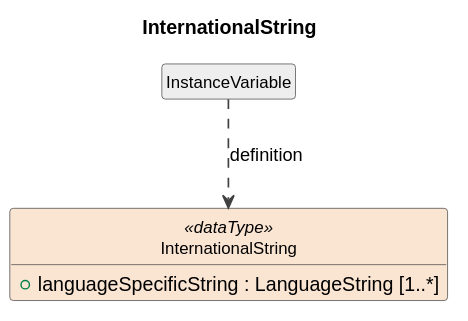
Before: build/plantuml/cdifDataDescription/DataTypes/InternationalString.svg, a diagram exported from PlantUML (Cross-Domain-Interoperability-Framework/metadataBuildingBlocks). Source of this version:
```plantuml
@startuml
title InternationalString
hide circle
hide empty members
skinparam shadowing false
skinparam ArrowThickness 1.2
skinparam class {
  ArrowColor #404040
  BorderColor #404040
  FontSize 12
}

class "InternationalString" as InternationalString <<dataType>> #FAE5D3 {
  +languageSpecificString : LanguageString [1..*]
}
class "InstanceVariable" as InstanceVariable #EEEEEE
InstanceVariable ..> InternationalString : definition
@enduml
```
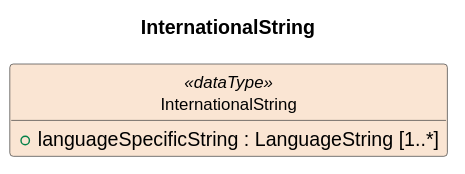
Above is the later version.

What changed in the source:
```diff
@@ -13,6 +13,4 @@
 class "InternationalString" as InternationalString <<dataType>> #FAE5D3 {
   +languageSpecificString : LanguageString [1..*]
 }
-class "InstanceVariable" as InstanceVariable #EEEEEE
-InstanceVariable ..> InternationalString : definition
 @enduml
```
